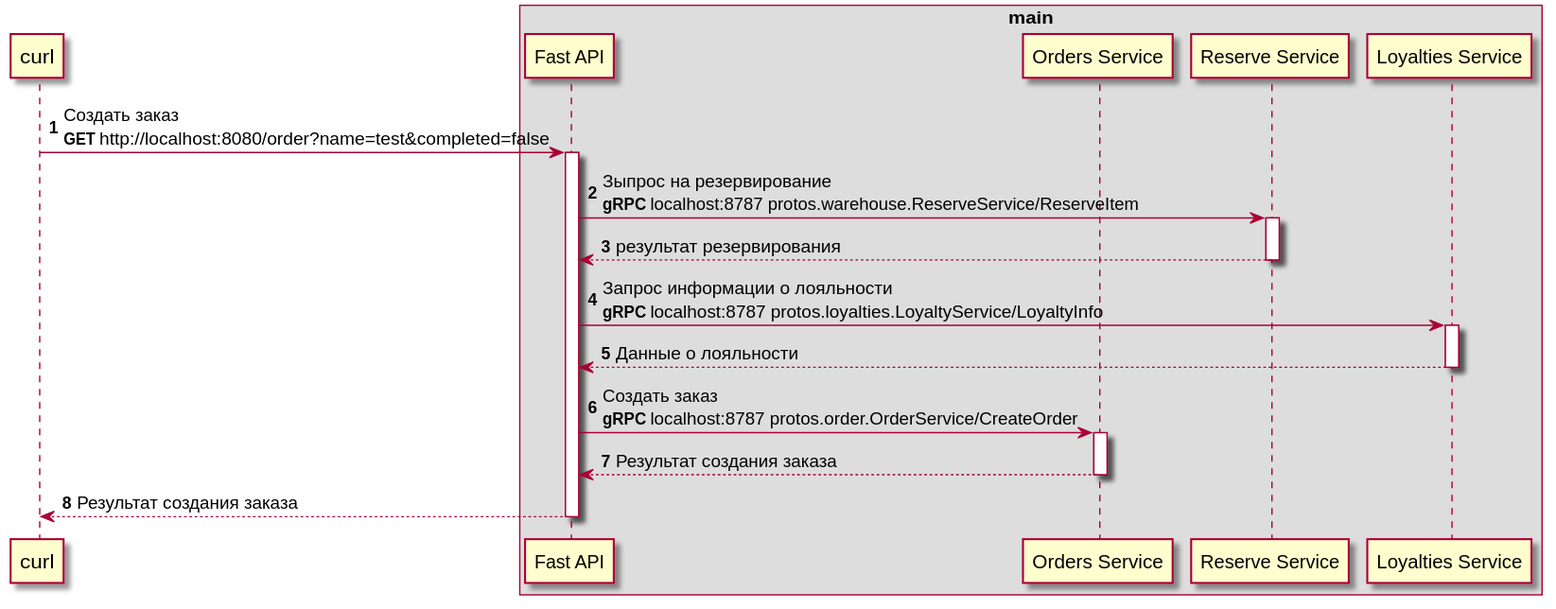
This is adr/day1/sq-curl-singl.svg from arootcom/grpc-fastapi, a PlantUML export, as it was before one commit. Its diagram source:
```plantuml
@startuml

autonumber

participant curl
box main
    participant api as "Fast API"
    participant orders as "Orders Service"
    participant reserve as "Reserve Service"
    participant loyalty as "Loyalties Service"
end box

curl -> api : Создать заказ\n**GET** http://localhost:8080/order?name=test&completed=false
activate api

api -> reserve : Зыпрос на резервирование\n**gRPC** localhost:8787 protos.warehouse.ReserveService/ReserveItem
activate reserve
reserve --> api : результат резервирования
deactivate reserve

api -> loyalty : Запрос информации о лояльности\n**gRPC** localhost:8787 protos.loyalties.LoyaltyService/LoyaltyInfo
activate loyalty
loyalty --> api : Данные о лояльности
deactivate loyalty

api -> orders : Создать заказ\n**gRPC** localhost:8787 protos.order.OrderService/CreateOrder
activate orders
orders --> api : Результат создания заказа
deactivate orders

api --> curl : Результат создания заказа
deactivate api

@enduml
```
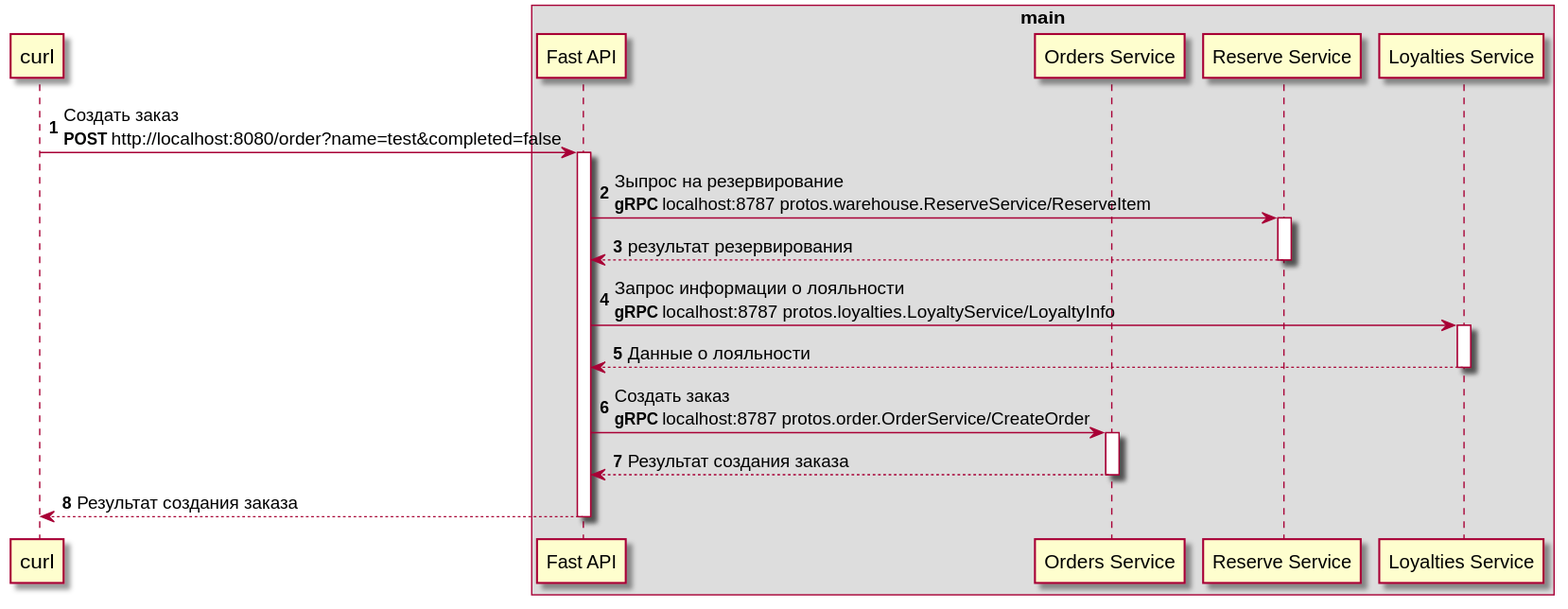
Later version of the same file.

Commit message:
~ curl singl

What changed in the source:
```diff
@@ -10,7 +10,7 @@
     participant loyalty as "Loyalties Service"
 end box
 
-curl -> api : Создать заказ\n**GET** http://localhost:8080/order?name=test&completed=false
+curl -> api : Создать заказ\n**POST** http://localhost:8080/order?name=test&completed=false
 activate api
 
 api -> reserve : Зыпрос на резервирование\n**gRPC** localhost:8787 protos.warehouse.ReserveService/ReserveItem
```
